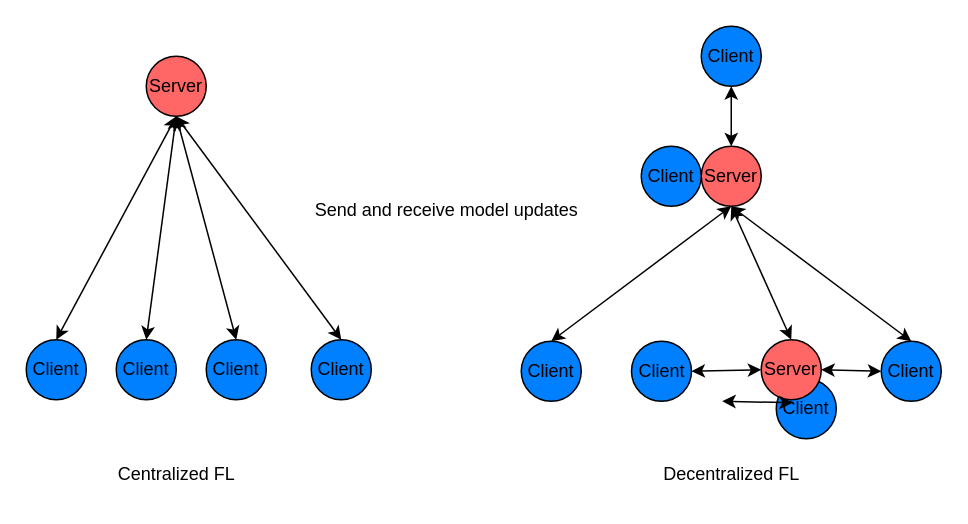
anandanlk/Drawings keeps this draw.io diagram as Thesis/Untitled Diagram.drawio. Above is the earlier version. Source tidied: cells renumbered, new cells numbered last; positions are measured from the earlier drawing's top-left corner, leaving out a move shared by most shapes. Both pictures are drawn from the tidied source at 150%, with x=0, y=0 at pixel (26, 26).
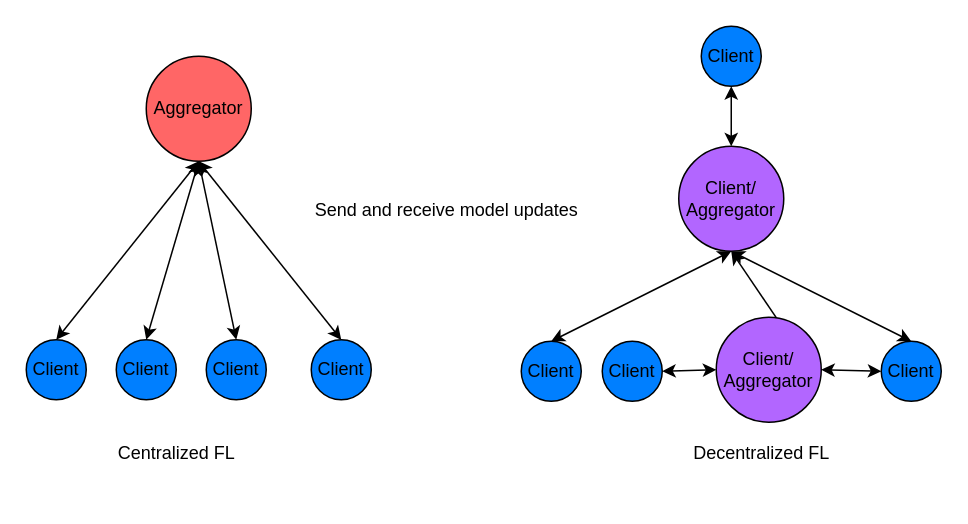
The same page after the edit.

The change refers to these unchanged cells:
```xml
<mxCell id="16" value="Client" style="ellipse;whiteSpace=wrap;html=1;fillColor=#007FFF;" parent="1" vertex="1">
  <mxGeometry x="570" y="210" width="40" height="40" as="geometry" />
</mxCell>
```

What changed in the source:
```diff
@@
-    <mxCell id="2" value="Server" style="ellipse;whiteSpace=wrap;html=1;fillColor=#FF6666;" parent="1" vertex="1">
-      <mxGeometry x="80" y="20" width="40" height="40" as="geometry" />
+    <mxCell id="2" value="Aggregator" style="ellipse;whiteSpace=wrap;html=1;fillColor=#FF6666;" parent="1" vertex="1">
+      <mxGeometry x="80" y="20" width="70" height="70" as="geometry" />
     </mxCell>
@@
-    <mxCell id="12" value="Server" style="ellipse;whiteSpace=wrap;html=1;fillColor=#FF6666;" parent="1" vertex="1">
-      <mxGeometry x="450" y="80" width="40" height="40" as="geometry" />
+    <mxCell id="12" value="Client/&lt;div&gt;Aggregator&lt;/div&gt;" style="ellipse;whiteSpace=wrap;html=1;fillColor=#B266FF;" parent="1" vertex="1">
+      <mxGeometry x="435" y="80" width="70" height="70" as="geometry" />
     </mxCell>
@@
     <mxCell id="14" value="Client" style="ellipse;whiteSpace=wrap;html=1;fillColor=#007FFF;" parent="1" vertex="1">
-      <mxGeometry x="403.5" y="210" width="40" height="40" as="geometry" />
+      <mxGeometry x="384" y="210" width="40" height="40" as="geometry" />
     </mxCell>
-    <mxCell id="15" value="Client" style="ellipse;whiteSpace=wrap;html=1;fillColor=#007FFF;" parent="1" vertex="1">
-      <mxGeometry x="500" y="235" width="40" height="40" as="geometry" />
-    </mxCell>
@@
-    <mxCell id="18" style="endArrow=classic;html=1;rounded=0;entryX=0;entryY=0.5;entryDx=0;entryDy=0;exitX=1;exitY=0.5;exitDx=0;exitDy=0;startArrow=classic;startFill=1;endFill=1;" parent="1" edge="1" source="14" target="23">
+    <mxCell id="18" style="endArrow=classic;html=1;rounded=0;entryX=0;entryY=0.5;entryDx=0;entryDy=0;exitX=1;exitY=0.5;exitDx=0;exitDy=0;startArrow=classic;startFill=1;endFill=1;" parent="1" edge="1" source="14" target="29">
       <mxGeometry relative="1" as="geometry" />
     </mxCell>
-    <mxCell id="19" style="endArrow=classic;html=1;rounded=0;exitX=0.5;exitY=0;exitDx=0;exitDy=0;startArrow=classic;startFill=1;endFill=1;" parent="1" edge="1" source="23">
+    <mxCell id="19" style="endArrow=classic;html=1;rounded=0;exitX=0.5;exitY=0;exitDx=0;exitDy=0;startArrow=classic;startFill=1;endFill=1;entryX=0.5;entryY=1;entryDx=0;entryDy=0;" parent="1" edge="1" target="12">
       <mxGeometry relative="1" as="geometry">
-        <mxPoint x="470" y="120" as="targetPoint" />
+        <mxPoint x="510" y="209" as="sourcePoint" />
       </mxGeometry>
     </mxCell>
@@
-    <mxCell id="23" value="Server" style="ellipse;whiteSpace=wrap;html=1;fillColor=#FF6666;" parent="1" vertex="1">
-      <mxGeometry x="490" y="209" width="40" height="40" as="geometry" />
-    </mxCell>
-    <mxCell id="24" value="Client" style="ellipse;whiteSpace=wrap;html=1;fillColor=#007FFF;" parent="1" vertex="1">
-      <mxGeometry x="410" y="80" width="40" height="40" as="geometry" />
-    </mxCell>
-    <mxCell id="25" style="endArrow=classic;html=1;rounded=0;entryX=0;entryY=0.5;entryDx=0;entryDy=0;exitX=1;exitY=0.5;exitDx=0;exitDy=0;startArrow=classic;startFill=1;endFill=1;" parent="1" edge="1" source="23" target="16">
+    <mxCell id="25" style="endArrow=classic;html=1;rounded=0;entryX=0;entryY=0.5;entryDx=0;entryDy=0;exitX=1;exitY=0.5;exitDx=0;exitDy=0;startArrow=classic;startFill=1;endFill=1;" parent="1" edge="1" source="29" target="16">
       <mxGeometry relative="1" as="geometry" />
     </mxCell>
-    <mxCell id="26" style="endArrow=classic;html=1;rounded=0;entryX=0.025;entryY=0.675;entryDx=0;entryDy=0;exitX=1;exitY=0.5;exitDx=0;exitDy=0;startArrow=classic;startFill=1;endFill=1;entryPerimeter=0;" parent="1" edge="1">
-      <mxGeometry relative="1" as="geometry">
-        <mxPoint x="464" y="250" as="sourcePoint" />
-        <mxPoint x="511" y="251" as="targetPoint" />
-      </mxGeometry>
-    </mxCell>
     <mxCell id="27" value="&lt;div&gt;Centralized FL&lt;/div&gt;" style="text;html=1;align=center;verticalAlign=middle;strokeColor=none;fillColor=none;" parent="1" vertex="1">
-      <mxGeometry x="50" y="284" width="100" height="30" as="geometry" />
+      <mxGeometry x="50" y="270" width="100" height="30" as="geometry" />
     </mxCell>
     <mxCell id="28" value="&lt;div&gt;Decentralized FL&lt;/div&gt;" style="text;html=1;align=center;verticalAlign=middle;strokeColor=none;fillColor=none;" parent="1" vertex="1">
-      <mxGeometry x="415" y="284" width="110" height="30" as="geometry" />
+      <mxGeometry x="435" y="270" width="110" height="30" as="geometry" />
     </mxCell>
+    <mxCell id="29" value="Client/&lt;div&gt;Aggregator&lt;/div&gt;" style="ellipse;whiteSpace=wrap;html=1;fillColor=#B266FF;" parent="1" vertex="1">
+      <mxGeometry x="460" y="194" width="70" height="70" as="geometry" />
+    </mxCell>
```
